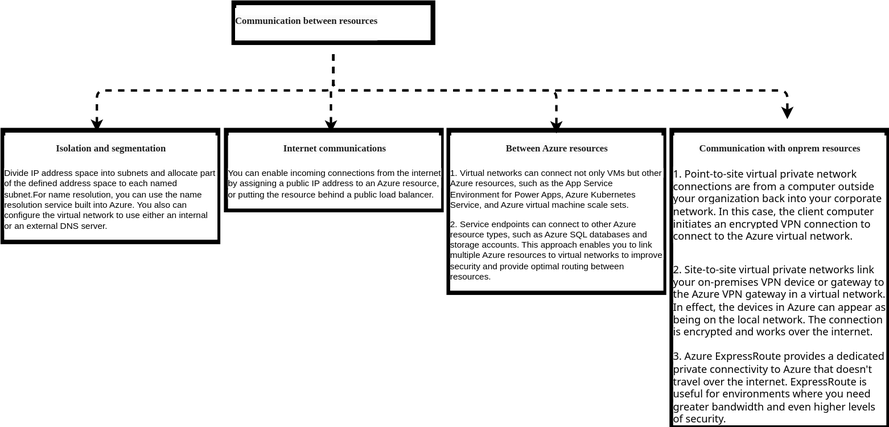
This is azure/fundamentals/Azure.communications.drawio.svg from sunnybharne/draw.io, a draw.io export, as it was before one commit. Source tidied: cells renumbered, new cells last; positions are measured from the earlier drawing's top-left corner, leaving out a move shared by most shapes. The source it was exported from:
```xml
<mxGraphModel background="#ffffff">
  <root>
    <mxCell id="0" />
    <mxCell id="1" parent="0" />
    <mxCell id="2" style="edgeStyle=orthogonalEdgeStyle;rounded=0;orthogonalLoop=1;jettySize=auto;html=1;exitX=0.5;exitY=1;exitDx=0;exitDy=0;" parent="1" edge="1">
      <mxGeometry relative="1" as="geometry">
        <mxPoint x="415.5" y="60" as="sourcePoint" />
        <mxPoint x="415.5" y="60" as="targetPoint" />
      </mxGeometry>
    </mxCell>
    <mxCell id="3" value="&lt;h1 style=&quot;text-align: center; margin-top: 0px;&quot;&gt;&lt;span style=&quot;caret-color: rgb(31, 31, 31); color: rgb(31, 31, 31); font-family: Verdana; font-size: 12px; white-space: pre-wrap; background-color: rgb(251, 251, 251);&quot;&gt;Isolation and segmentation&lt;/span&gt;&lt;br&gt;&lt;/h1&gt;&lt;p&gt;&lt;span style=&quot;background-color: rgb(255, 255, 255);&quot;&gt;&lt;span style=&quot;white-space: pre-wrap;&quot;&gt;Divide IP address space into &lt;/span&gt;&lt;span style=&quot;white-space: pre-wrap;&quot;&gt;subnets and allocate part of the defined &lt;/span&gt;&lt;span style=&quot;white-space: pre-wrap;&quot;&gt;address space to each named subnet.For &lt;/span&gt;&lt;span style=&quot;white-space: pre-wrap;&quot;&gt;name resolution, you can use the name &lt;/span&gt;&lt;span style=&quot;white-space: pre-wrap;&quot;&gt;resolution service built into Azure. You also &lt;/span&gt;&lt;span style=&quot;white-space: pre-wrap;&quot;&gt;can configure the virtual network to use &lt;/span&gt;&lt;span style=&quot;white-space: pre-wrap;&quot;&gt;either an internal or an external DNS server.&lt;/span&gt;&lt;/span&gt;&lt;br&gt;&lt;/p&gt;" style="text;html=1;whiteSpace=wrap;overflow=hidden;rounded=0;fontFamily=Helvetica;fontSize=11;fontColor=default;labelBackgroundColor=default;strokeWidth=6;fillColor=none;strokeColor=default;perimeterSpacing=14;" parent="1" vertex="1">
      <mxGeometry y="160" width="270" height="140" as="geometry" />
    </mxCell>
    <mxCell id="4" value="&lt;h1 style=&quot;text-align: center; margin-top: 0px;&quot;&gt;&lt;span style=&quot;caret-color: rgb(31, 31, 31); color: rgb(31, 31, 31); font-family: Verdana; font-size: 12px; white-space: pre-wrap; background-color: rgb(251, 251, 251);&quot;&gt;Internet communications&lt;/span&gt;&lt;br&gt;&lt;/h1&gt;&lt;p&gt;&lt;span style=&quot;background-color: rgb(255, 255, 255);&quot;&gt;&lt;span style=&quot;white-space: pre-wrap;&quot;&gt;You can enable incoming &lt;/span&gt;&lt;span style=&quot;white-space: pre-wrap;&quot;&gt;connections from the internet by &lt;/span&gt;&lt;span style=&quot;white-space: pre-wrap;&quot;&gt;assigning a public IP address to &lt;/span&gt;&lt;span style=&quot;white-space: pre-wrap;&quot;&gt;an Azure resource, or putting &lt;/span&gt;&lt;span style=&quot;white-space: pre-wrap;&quot;&gt;the resource behind a public &lt;/span&gt;&lt;span style=&quot;white-space: pre-wrap;&quot;&gt;load balancer.&lt;/span&gt;&lt;/span&gt;&lt;br&gt;&lt;/p&gt;" style="text;html=1;whiteSpace=wrap;overflow=hidden;rounded=0;fontFamily=Helvetica;fontSize=11;fontColor=default;labelBackgroundColor=default;strokeWidth=6;fillColor=none;strokeColor=default;perimeterSpacing=14;" parent="1" vertex="1">
      <mxGeometry x="280.5" y="160" width="270" height="100" as="geometry" />
    </mxCell>
    <mxCell id="5" value="&lt;h1 style=&quot;text-align: center; margin-top: 0px;&quot;&gt;&lt;span style=&quot;caret-color: rgb(31, 31, 31); color: rgb(31, 31, 31); font-family: Verdana; font-size: 12px; white-space: pre-wrap; background-color: rgb(251, 251, 251);&quot;&gt;Between Azure resources&lt;/span&gt;&lt;br&gt;&lt;/h1&gt;&lt;p dir=&quot;ltr&quot;&gt;&lt;span style=&quot;background-color: rgb(255, 255, 255);&quot;&gt;&lt;span style=&quot;text-wrap-mode: wrap;&quot;&gt;1.&amp;nbsp;&lt;/span&gt;&lt;span style=&quot;white-space: pre-wrap;&quot;&gt;Virtual networks can connect not only VMs but other Azure &lt;/span&gt;&lt;span style=&quot;white-space: pre-wrap;&quot;&gt;resources, such as the App Service Environment for Power &lt;/span&gt;&lt;span style=&quot;white-space: pre-wrap;&quot;&gt;Apps, Azure Kubernetes Service, and Azure virtual machine &lt;/span&gt;&lt;span style=&quot;white-space: pre-wrap;&quot;&gt;scale sets.&lt;/span&gt;&lt;br&gt;&lt;/span&gt;&lt;/p&gt;&lt;p dir=&quot;ltr&quot;&gt;&lt;span style=&quot;background-color: rgb(255, 255, 255);&quot;&gt;&lt;span style=&quot;white-space: pre-wrap;&quot;&gt;2. Service endpoints can connect to other Azure resource &lt;/span&gt;&lt;span style=&quot;white-space: pre-wrap;&quot;&gt;types, such as Azure SQL databases and storage accounts. &lt;/span&gt;&lt;span style=&quot;white-space: pre-wrap;&quot;&gt;This approach enables you to link multiple Azure resources &lt;/span&gt;&lt;span style=&quot;white-space: pre-wrap;&quot;&gt;to virtual networks to improve security and provide optimal &lt;/span&gt;&lt;span style=&quot;white-space: pre-wrap;&quot;&gt;routing between resources.&lt;/span&gt;&lt;/span&gt;&lt;/p&gt;" style="text;html=1;whiteSpace=wrap;overflow=hidden;rounded=0;fontFamily=Helvetica;fontSize=11;fontColor=default;labelBackgroundColor=default;strokeWidth=6;fillColor=none;strokeColor=default;perimeterSpacing=14;" parent="1" vertex="1">
      <mxGeometry x="560" y="160" width="270" height="203.8" as="geometry" />
    </mxCell>
    <mxCell id="6" value="&lt;h1 style=&quot;text-align: center; margin-top: 0px;&quot;&gt;&lt;span style=&quot;caret-color: rgb(31, 31, 31); color: rgb(31, 31, 31); font-family: Verdana; font-size: 12px; white-space: pre-wrap; background-color: rgb(251, 251, 251);&quot;&gt;Communication with onprem resources&lt;/span&gt;&lt;br&gt;&lt;/h1&gt;&lt;p dir=&quot;ltr&quot;&gt;&lt;span style=&quot;caret-color: rgb(230, 230, 230); font-family: &amp;quot;Segoe UI&amp;quot;, SegoeUI, &amp;quot;Helvetica Neue&amp;quot;, Helvetica, Arial, sans-serif; font-size: 13px; background-color: rgb(255, 255, 255);&quot;&gt;1. Point-to-site virtual private network connections are from a computer outside your organization back into your corporate network. In this case, the client computer initiates an encrypted VPN connection to connect to the Azure virtual network.&lt;/span&gt;&lt;/p&gt;&lt;div&gt;&lt;span style=&quot;background-color: rgb(255, 255, 255);&quot;&gt;&lt;font size=&quot;2&quot; face=&quot;Segoe UI, SegoeUI, Helvetica Neue, Helvetica, Arial, sans-serif&quot;&gt;&lt;span style=&quot;caret-color: rgb(230, 230, 230);&quot;&gt;&lt;br&gt;&lt;/span&gt;&lt;/font&gt;&lt;span style=&quot;caret-color: rgb(230, 230, 230); font-family: &amp;quot;Segoe UI&amp;quot;, SegoeUI, &amp;quot;Helvetica Neue&amp;quot;, Helvetica, Arial, sans-serif; font-size: 13px;&quot;&gt;2. Site-to-site virtual private networks link your on-premises VPN device or gateway to the Azure VPN gateway in a virtual network. In effect, the devices in Azure can appear as being on the local network. The connection is encrypted and works over the internet.&lt;/span&gt;&lt;/span&gt;&lt;/div&gt;&lt;div&gt;&lt;span style=&quot;background-color: rgb(255, 255, 255);&quot;&gt;&lt;font size=&quot;2&quot; face=&quot;Segoe UI, SegoeUI, Helvetica Neue, Helvetica, Arial, sans-serif&quot;&gt;&lt;span style=&quot;caret-color: rgb(230, 230, 230);&quot;&gt;&lt;br&gt;&lt;/span&gt;&lt;/font&gt;&lt;span style=&quot;caret-color: rgb(230, 230, 230); font-family: &amp;quot;Segoe UI&amp;quot;, SegoeUI, &amp;quot;Helvetica Neue&amp;quot;, Helvetica, Arial, sans-serif; font-size: 13px;&quot;&gt;3. Azure ExpressRoute provides a dedicated private connectivity to Azure that doesn't travel over the internet. ExpressRoute is useful for environments where you need greater bandwidth and even higher levels of security.&lt;/span&gt;&lt;/span&gt;&lt;/div&gt;" style="text;html=1;whiteSpace=wrap;overflow=hidden;rounded=0;fontFamily=Helvetica;fontSize=11;fontColor=default;labelBackgroundColor=default;strokeWidth=6;fillColor=none;strokeColor=default;perimeterSpacing=14;" parent="1" vertex="1">
      <mxGeometry x="840" y="160" width="270" height="370" as="geometry" />
    </mxCell>
    <mxCell id="7" style="edgeStyle=orthogonalEdgeStyle;shape=connector;curved=0;rounded=1;jettySize=auto;html=1;strokeColor=default;strokeWidth=3;align=center;verticalAlign=middle;fontFamily=Helvetica;fontSize=11;fontColor=default;labelBackgroundColor=default;endArrow=classic;entryX=0.5;entryY=0.078;entryDx=0;entryDy=0;entryPerimeter=0;flowAnimation=1;" parent="1" edge="1" source="9" target="5">
      <mxGeometry relative="1" as="geometry">
        <Array as="points">
          <mxPoint x="415" y="110" />
          <mxPoint x="695" y="110" />
        </Array>
      </mxGeometry>
    </mxCell>
    <mxCell id="8" style="edgeStyle=orthogonalEdgeStyle;shape=connector;curved=0;rounded=1;jettySize=auto;html=1;strokeColor=default;strokeWidth=3;align=center;verticalAlign=middle;fontFamily=Helvetica;fontSize=11;fontColor=default;labelBackgroundColor=default;endArrow=classic;flowAnimation=1;" parent="1" edge="1" source="9" target="6">
      <mxGeometry relative="1" as="geometry">
        <Array as="points">
          <mxPoint x="415" y="110" />
          <mxPoint x="985" y="110" />
        </Array>
      </mxGeometry>
    </mxCell>
    <mxCell id="9" value="&lt;h1 style=&quot;margin-top: 0px;&quot;&gt;&lt;span style=&quot;caret-color: rgb(31, 31, 31); color: rgb(31, 31, 31); font-family: Verdana; font-size: 12px; text-align: center; white-space: pre-wrap; background-color: rgb(251, 251, 251);&quot;&gt;Communication between resources&lt;/span&gt;&lt;br&gt;&lt;/h1&gt;" style="text;html=1;whiteSpace=wrap;overflow=hidden;rounded=0;fontFamily=Helvetica;fontSize=11;fontColor=default;labelBackgroundColor=default;strokeWidth=6;fillColor=none;strokeColor=default;perimeterSpacing=14;" parent="1" vertex="1">
      <mxGeometry x="290" width="250" height="50" as="geometry" />
    </mxCell>
    <mxCell id="10" style="edgeStyle=orthogonalEdgeStyle;shape=connector;curved=0;rounded=1;jettySize=auto;html=1;entryX=0.488;entryY=0.133;entryDx=0;entryDy=0;entryPerimeter=0;strokeColor=default;strokeWidth=3;align=center;verticalAlign=middle;fontFamily=Helvetica;fontSize=11;fontColor=default;labelBackgroundColor=default;endArrow=classic;flowAnimation=1;" parent="1" edge="1" source="9" target="4">
      <mxGeometry relative="1" as="geometry" />
    </mxCell>
    <mxCell id="11" style="edgeStyle=orthogonalEdgeStyle;shape=connector;curved=0;rounded=1;jettySize=auto;html=1;entryX=0.443;entryY=0.095;entryDx=0;entryDy=0;entryPerimeter=0;strokeColor=default;strokeWidth=3;align=center;verticalAlign=middle;fontFamily=Helvetica;fontSize=11;fontColor=default;labelBackgroundColor=default;endArrow=classic;flowAnimation=1;" parent="1" edge="1" source="9" target="3">
      <mxGeometry relative="1" as="geometry">
        <Array as="points">
          <mxPoint x="415" y="110" />
          <mxPoint x="118" y="110" />
        </Array>
      </mxGeometry>
    </mxCell>
  </root>
</mxGraphModel>
```
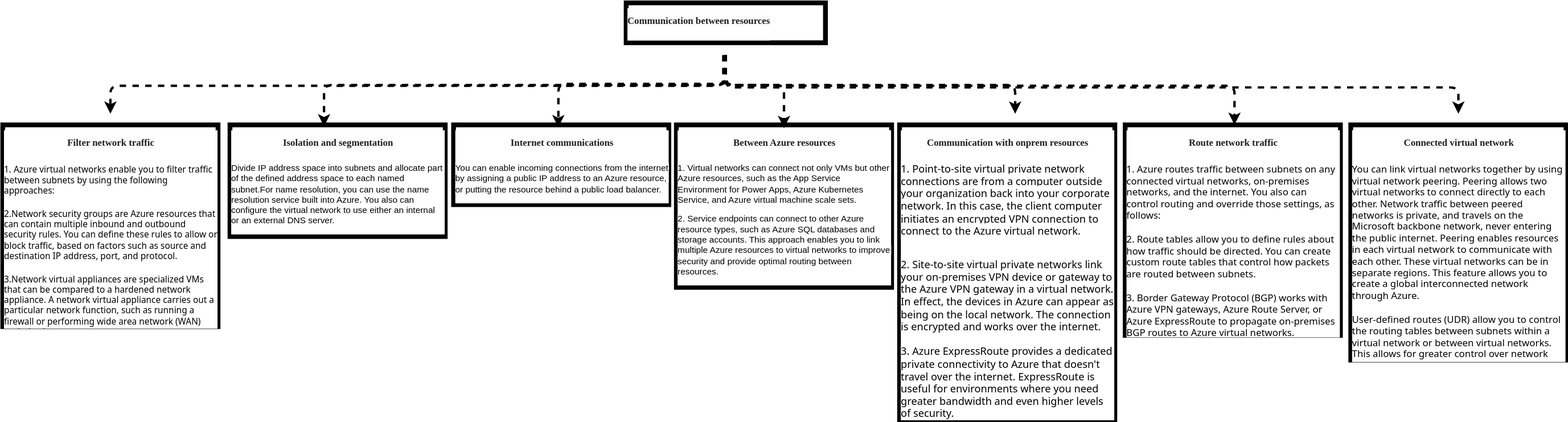
The same diagram one commit later.

Diff of the diagram source:
```diff
@@ -23,7 +23,7 @@
     <mxCell id="7" style="edgeStyle=orthogonalEdgeStyle;shape=connector;curved=0;rounded=1;jettySize=auto;html=1;strokeColor=default;strokeWidth=3;align=center;verticalAlign=middle;fontFamily=Helvetica;fontSize=11;fontColor=default;labelBackgroundColor=default;endArrow=classic;entryX=0.5;entryY=0.078;entryDx=0;entryDy=0;entryPerimeter=0;flowAnimation=1;" parent="1" edge="1" source="9" target="5">
       <mxGeometry relative="1" as="geometry">
         <Array as="points">
-          <mxPoint x="415" y="110" />
+          <mxPoint x="622" y="110" />
           <mxPoint x="695" y="110" />
         </Array>
       </mxGeometry>
@@ -31,13 +31,29 @@
     <mxCell id="8" style="edgeStyle=orthogonalEdgeStyle;shape=connector;curved=0;rounded=1;jettySize=auto;html=1;strokeColor=default;strokeWidth=3;align=center;verticalAlign=middle;fontFamily=Helvetica;fontSize=11;fontColor=default;labelBackgroundColor=default;endArrow=classic;flowAnimation=1;" parent="1" edge="1" source="9" target="6">
       <mxGeometry relative="1" as="geometry">
         <Array as="points">
-          <mxPoint x="415" y="110" />
+          <mxPoint x="619" y="110" />
           <mxPoint x="985" y="110" />
         </Array>
       </mxGeometry>
     </mxCell>
+    <mxCell id="12" style="edgeStyle=orthogonalEdgeStyle;shape=connector;curved=0;rounded=1;jettySize=auto;html=1;strokeColor=default;strokeWidth=3;align=center;verticalAlign=middle;fontFamily=Helvetica;fontSize=11;fontColor=default;labelBackgroundColor=default;endArrow=classic;flowAnimation=1;" parent="1" edge="1" source="9" target="14">
+      <mxGeometry relative="1" as="geometry">
+        <Array as="points">
+          <mxPoint x="619" y="111" />
+          <mxPoint x="-150" y="111" />
+        </Array>
+      </mxGeometry>
+    </mxCell>
+    <mxCell id="13" style="edgeStyle=orthogonalEdgeStyle;shape=connector;curved=0;rounded=1;jettySize=auto;html=1;strokeColor=default;strokeWidth=3;align=center;verticalAlign=middle;fontFamily=Helvetica;fontSize=11;fontColor=default;labelBackgroundColor=default;endArrow=classic;flowAnimation=1;" parent="1" edge="1" source="9" target="17">
+      <mxGeometry relative="1" as="geometry">
+        <Array as="points">
+          <mxPoint x="622" y="113" />
+          <mxPoint x="1541" y="113" />
+        </Array>
+      </mxGeometry>
+    </mxCell>
     <mxCell id="9" value="&lt;h1 style=&quot;margin-top: 0px;&quot;&gt;&lt;span style=&quot;caret-color: rgb(31, 31, 31); color: rgb(31, 31, 31); font-family: Verdana; font-size: 12px; text-align: center; white-space: pre-wrap; background-color: rgb(251, 251, 251);&quot;&gt;Communication between resources&lt;/span&gt;&lt;br&gt;&lt;/h1&gt;" style="text;html=1;whiteSpace=wrap;overflow=hidden;rounded=0;fontFamily=Helvetica;fontSize=11;fontColor=default;labelBackgroundColor=default;strokeWidth=6;fillColor=none;strokeColor=default;perimeterSpacing=14;" parent="1" vertex="1">
-      <mxGeometry x="290" width="250" height="50" as="geometry" />
+      <mxGeometry x="497" y="7" width="250" height="50" as="geometry" />
     </mxCell>
     <mxCell id="10" style="edgeStyle=orthogonalEdgeStyle;shape=connector;curved=0;rounded=1;jettySize=auto;html=1;entryX=0.488;entryY=0.133;entryDx=0;entryDy=0;entryPerimeter=0;strokeColor=default;strokeWidth=3;align=center;verticalAlign=middle;fontFamily=Helvetica;fontSize=11;fontColor=default;labelBackgroundColor=default;endArrow=classic;flowAnimation=1;" parent="1" edge="1" source="9" target="4">
       <mxGeometry relative="1" as="geometry" />
@@ -45,10 +61,27 @@
     <mxCell id="11" style="edgeStyle=orthogonalEdgeStyle;shape=connector;curved=0;rounded=1;jettySize=auto;html=1;entryX=0.443;entryY=0.095;entryDx=0;entryDy=0;entryPerimeter=0;strokeColor=default;strokeWidth=3;align=center;verticalAlign=middle;fontFamily=Helvetica;fontSize=11;fontColor=default;labelBackgroundColor=default;endArrow=classic;flowAnimation=1;" parent="1" edge="1" source="9" target="3">
       <mxGeometry relative="1" as="geometry">
         <Array as="points">
-          <mxPoint x="415" y="110" />
+          <mxPoint x="622" y="110" />
           <mxPoint x="118" y="110" />
         </Array>
       </mxGeometry>
     </mxCell>
+    <mxCell id="14" value="&lt;h1 style=&quot;text-align: center; margin-top: 0px;&quot;&gt;&lt;span style=&quot;caret-color: rgb(31, 31, 31); color: rgb(31, 31, 31); font-family: Verdana; font-size: 12px; white-space: pre-wrap; background-color: rgb(251, 251, 251);&quot;&gt;Filter network traffic&lt;/span&gt;&lt;br&gt;&lt;/h1&gt;&lt;p style=&quot;box-sizing: inherit; outline-color: inherit; margin: 1rem 0px 0px; padding: 0px; overflow-wrap: break-word; caret-color: rgb(230, 230, 230); font-family: &amp;quot;Segoe UI&amp;quot;, SegoeUI, &amp;quot;Helvetica Neue&amp;quot;, Helvetica, Arial, sans-serif;&quot;&gt;&lt;font style=&quot;font-size: 11px;&quot;&gt;1. Azure virtual networks enable you to filter traffic between subnets by using the following approaches:&lt;/font&gt;&lt;/p&gt;&lt;p style=&quot;box-sizing: inherit; outline-color: inherit; margin: 1rem 0px 0px; padding: 0px; overflow-wrap: break-word; caret-color: rgb(230, 230, 230); font-family: &amp;quot;Segoe UI&amp;quot;, SegoeUI, &amp;quot;Helvetica Neue&amp;quot;, Helvetica, Arial, sans-serif;&quot;&gt;2.Network security groups are Azure resources that can contain multiple inbound and outbound security rules. You can define these rules to allow or block traffic, based on factors such as source and destination IP address, port, and protocol.&lt;/p&gt;&lt;p style=&quot;box-sizing: inherit; outline-color: inherit; margin: 1rem 0px 0px; padding: 0px; overflow-wrap: break-word; caret-color: rgb(230, 230, 230); font-family: &amp;quot;Segoe UI&amp;quot;, SegoeUI, &amp;quot;Helvetica Neue&amp;quot;, Helvetica, Arial, sans-serif;&quot;&gt;3.Network virtual appliances are specialized VMs that can be compared to a hardened network appliance. A network virtual appliance carries out a particular network function, such as running a firewall or performing wide area network (WAN) optimization.&lt;/p&gt;" style="text;html=1;whiteSpace=wrap;overflow=hidden;rounded=0;fontFamily=Helvetica;fontSize=11;fontColor=default;labelBackgroundColor=default;strokeWidth=6;fillColor=none;strokeColor=default;perimeterSpacing=14;" parent="1" vertex="1">
+      <mxGeometry x="-285" y="160" width="270" height="253" as="geometry" />
+    </mxCell>
+    <mxCell id="15" value="&lt;h1 style=&quot;text-align: center; margin-top: 0px;&quot;&gt;&lt;span style=&quot;caret-color: rgb(31, 31, 31); color: rgb(31, 31, 31); font-family: Verdana; font-size: 12px; white-space: pre-wrap; background-color: rgb(251, 251, 251);&quot;&gt;Route network traffic&lt;/span&gt;&lt;br&gt;&lt;/h1&gt;&lt;p style=&quot;box-sizing: inherit; outline-color: inherit; margin: 1rem 0px 0px; padding: 0px; overflow-wrap: break-word; caret-color: rgb(230, 230, 230); font-family: &amp;quot;Segoe UI&amp;quot;, SegoeUI, &amp;quot;Helvetica Neue&amp;quot;, Helvetica, Arial, sans-serif; font-size: 12px;&quot;&gt;&lt;font style=&quot;font-size: 12px;&quot;&gt;1. Azure routes traffic between subnets on any connected virtual networks, on-premises networks, and the internet. You also can control routing and override those settings, as follows:&lt;/font&gt;&lt;/p&gt;&lt;p style=&quot;box-sizing: inherit; outline-color: inherit; margin: 1rem 0px 0px; padding: 0px; overflow-wrap: break-word; caret-color: rgb(230, 230, 230); font-family: &amp;quot;Segoe UI&amp;quot;, SegoeUI, &amp;quot;Helvetica Neue&amp;quot;, Helvetica, Arial, sans-serif; font-size: 12px;&quot;&gt;2. Route tables allow you to define rules about how traffic should be directed. You can create custom route tables that control how packets are routed between subnets.&lt;/p&gt;&lt;p style=&quot;box-sizing: inherit; outline-color: inherit; margin: 1rem 0px 0px; padding: 0px; overflow-wrap: break-word; caret-color: rgb(230, 230, 230); font-family: &amp;quot;Segoe UI&amp;quot;, SegoeUI, &amp;quot;Helvetica Neue&amp;quot;, Helvetica, Arial, sans-serif; font-size: 12px;&quot;&gt;3. Border Gateway Protocol (BGP) works with Azure VPN gateways, Azure Route Server, or Azure ExpressRoute to propagate on-premises BGP routes to Azure virtual networks.&lt;br&gt;&lt;/p&gt;" style="text;html=1;whiteSpace=wrap;overflow=hidden;rounded=0;fontFamily=Helvetica;fontSize=11;fontColor=default;labelBackgroundColor=default;strokeWidth=6;fillColor=none;strokeColor=default;perimeterSpacing=14;" parent="1" vertex="1">
+      <mxGeometry x="1123" y="160" width="270" height="264" as="geometry" />
+    </mxCell>
+    <mxCell id="16" style="edgeStyle=orthogonalEdgeStyle;shape=connector;curved=0;rounded=1;jettySize=auto;html=1;entryX=0.507;entryY=0.048;entryDx=0;entryDy=0;entryPerimeter=0;strokeColor=default;strokeWidth=3;align=center;verticalAlign=middle;fontFamily=Helvetica;fontSize=11;fontColor=default;labelBackgroundColor=default;endArrow=classic;flowAnimation=1;" parent="1" edge="1" source="9" target="15">
+      <mxGeometry relative="1" as="geometry">
+        <Array as="points">
+          <mxPoint x="622" y="111" />
+          <mxPoint x="1260" y="111" />
+        </Array>
+      </mxGeometry>
+    </mxCell>
+    <mxCell id="17" value="&lt;h1 style=&quot;text-align: center; margin-top: 0px;&quot;&gt;&lt;font face=&quot;Verdana&quot; color=&quot;#1f1f1f&quot;&gt;&lt;span style=&quot;caret-color: rgb(31, 31, 31); font-size: 12px; white-space-collapse: preserve; background-color: rgb(251, 251, 251);&quot;&gt;Connected virtual &lt;/span&gt;&lt;span style=&quot;caret-color: rgb(31, 31, 31); font-size: 12px; white-space-collapse: preserve;&quot;&gt;network&lt;/span&gt;&lt;/font&gt;&lt;/h1&gt;&lt;p style=&quot;box-sizing: inherit; outline-color: inherit; margin: 1rem 0px 0px; padding: 0px; overflow-wrap: break-word; caret-color: rgb(230, 230, 230); font-family: &amp;quot;Segoe UI&amp;quot;, SegoeUI, &amp;quot;Helvetica Neue&amp;quot;, Helvetica, Arial, sans-serif; font-size: 12px;&quot;&gt;&lt;font style=&quot;font-size: 12px;&quot;&gt;You can link virtual networks together by using virtual network peering. Peering allows two virtual networks to connect directly to each other. Network traffic between peered networks is private, and travels on the Microsoft backbone network, never entering the public internet. Peering enables resources in each virtual network to communicate with each other. These virtual networks can be in separate regions. This feature allows you to create a global interconnected network through Azure.&lt;/font&gt;&lt;/p&gt;&lt;p style=&quot;box-sizing: inherit; outline-color: inherit; margin: 1rem 0px 0px; padding: 0px; overflow-wrap: break-word; caret-color: rgb(230, 230, 230); font-family: &amp;quot;Segoe UI&amp;quot;, SegoeUI, &amp;quot;Helvetica Neue&amp;quot;, Helvetica, Arial, sans-serif; font-size: 12px;&quot;&gt;&lt;font style=&quot;font-size: 12px;&quot;&gt;User-defined routes (UDR) allow you to control the routing tables between subnets within a virtual network or between virtual networks. This allows for greater control over network traffic flow&lt;font color=&quot;#e6e6e6&quot;&gt;.&lt;/font&gt;&lt;/font&gt;&lt;/p&gt;" style="text;html=1;whiteSpace=wrap;overflow=hidden;rounded=0;fontFamily=Helvetica;fontSize=11;fontColor=default;labelBackgroundColor=default;strokeWidth=6;fillColor=none;strokeColor=default;perimeterSpacing=14;" parent="1" vertex="1">
+      <mxGeometry x="1406" y="160" width="270" height="295" as="geometry" />
+    </mxCell>
   </root>
 </mxGraphModel>
```
